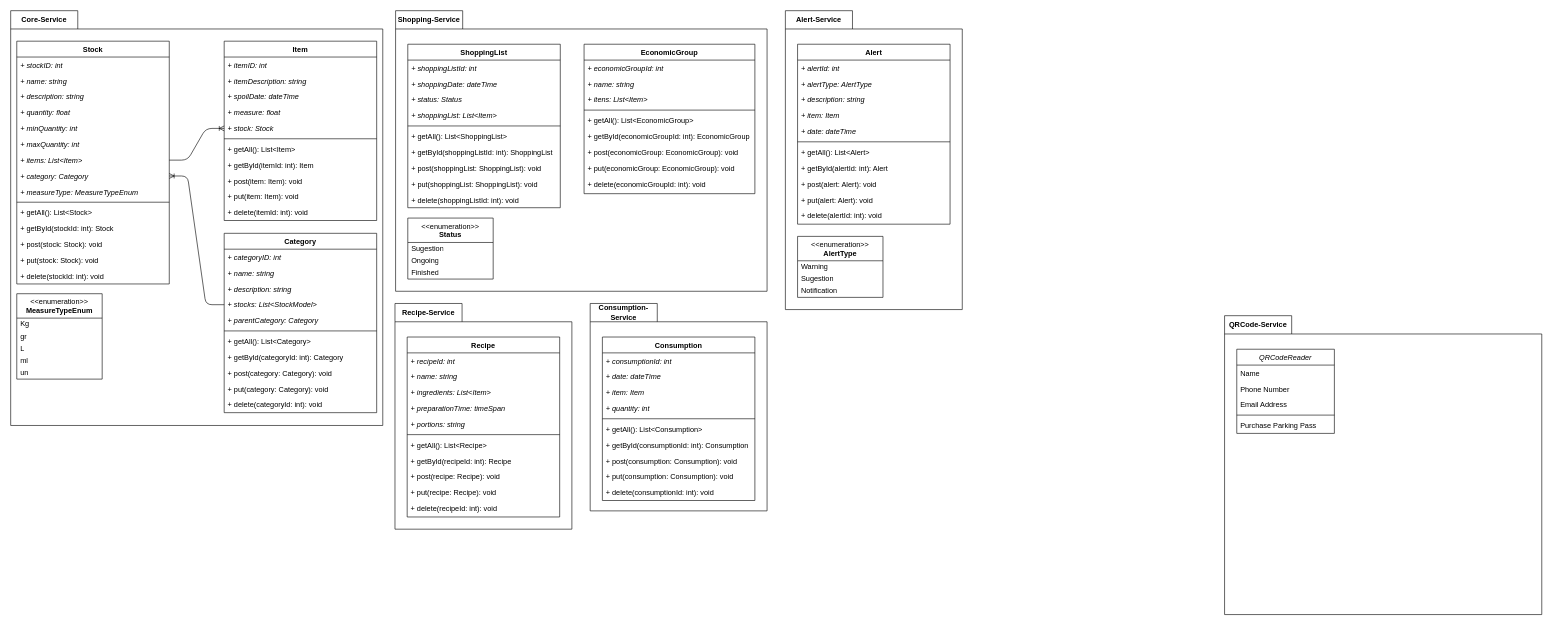
Contii/FoodStock keeps this draw.io diagram as FoodStock - Class Diagram.drawio. Above is the earlier version. Source tidied: cells renumbered, new cells numbered last; positions are measured from the earlier drawing's top-left corner, leaving out a move shared by most shapes. Both pictures are drawn from the tidied source at 61%, with x=0, y=0 at pixel (10, 10).
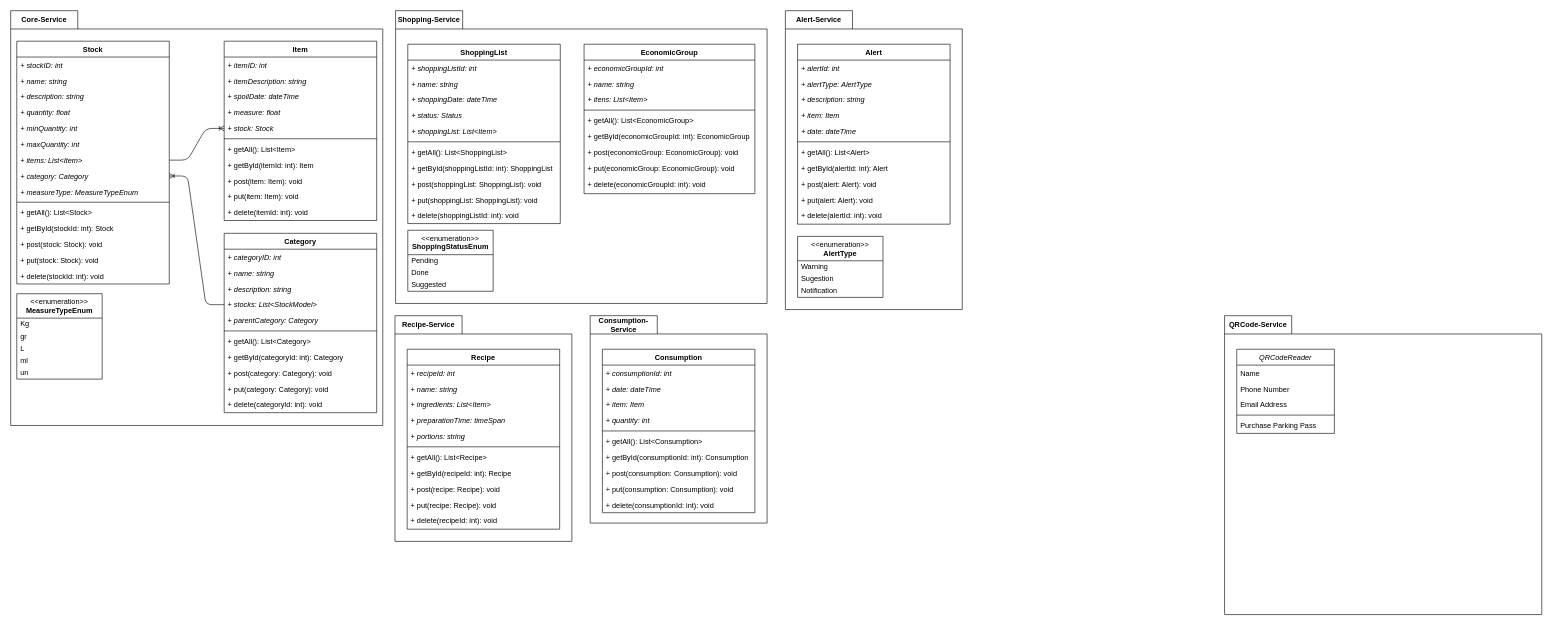
The same page after the edit.

The edit, as a diff of the source:
```diff
@@
     <mxCell id="51" value="Shopping-Service" style="shape=folder;fontStyle=1;tabWidth=110;tabHeight=30;tabPosition=left;html=1;boundedLbl=1;labelInHeader=1;whiteSpace=wrap;" parent="1" vertex="1">
-      <mxGeometry x="631" width="609" height="460" as="geometry" />
+      <mxGeometry x="631" width="609" height="480" as="geometry" />
     </mxCell>
     <mxCell id="52" value="ShoppingList" style="swimlane;fontStyle=1;align=center;verticalAlign=top;horizontal=1;startSize=26;rounded=0;shadow=0;strokeWidth=1;" parent="51" vertex="1">
-      <mxGeometry x="20" y="55" width="250" height="268" as="geometry" />
+      <mxGeometry x="20" y="55" width="250" height="294" as="geometry" />
     </mxCell>
@@
+    <mxCell id="126" value="+ name: string" style="text;strokeColor=none;fillColor=none;align=left;verticalAlign=top;spacingLeft=4;spacingRight=4;overflow=hidden;fontStyle=2;" parent="52" vertex="1">
+      <mxGeometry y="52" width="250" height="26" as="geometry" />
+    </mxCell>
     <mxCell id="54" value="+ shoppingDate: dateTime" style="text;strokeColor=none;fillColor=none;align=left;verticalAlign=top;spacingLeft=4;spacingRight=4;overflow=hidden;fontStyle=2;" parent="52" vertex="1">
-      <mxGeometry y="52" width="250" height="26" as="geometry" />
+      <mxGeometry y="78" width="250" height="26" as="geometry" />
     </mxCell>
     <mxCell id="55" value="+ status: Status" style="text;strokeColor=none;fillColor=none;align=left;verticalAlign=top;spacingLeft=4;spacingRight=4;overflow=hidden;fontStyle=2;" parent="52" vertex="1">
-      <mxGeometry y="78" width="250" height="26" as="geometry" />
+      <mxGeometry y="104" width="250" height="26" as="geometry" />
     </mxCell>
     <mxCell id="56" value="+ shoppingList: List&lt;Item&gt;" style="text;strokeColor=none;fillColor=none;align=left;verticalAlign=top;spacingLeft=4;spacingRight=4;overflow=hidden;fontStyle=2;" parent="52" vertex="1">
-      <mxGeometry y="104" width="250" height="26" as="geometry" />
+      <mxGeometry y="130" width="250" height="26" as="geometry" />
     </mxCell>
     <mxCell id="57" style="line;html=1;strokeWidth=1;align=left;verticalAlign=middle;spacingTop=-1;spacingLeft=3;spacingRight=3;labelPosition=right;" parent="52" vertex="1">
-      <mxGeometry y="130" width="250" height="8" as="geometry" />
+      <mxGeometry y="156" width="250" height="8" as="geometry" />
     </mxCell>
     <mxCell id="58" value="+ getAll(): List&lt;ShoppingList&gt;" style="text;strokeColor=none;fillColor=none;align=left;verticalAlign=top;spacingLeft=4;spacingRight=4;overflow=hidden;" parent="52" vertex="1">
-      <mxGeometry y="138" width="250" height="26" as="geometry" />
+      <mxGeometry y="164" width="250" height="26" as="geometry" />
     </mxCell>
     <mxCell id="59" value="+ getById(shoppingListId: int): ShoppingList" style="text;strokeColor=none;fillColor=none;align=left;verticalAlign=top;spacingLeft=4;spacingRight=4;overflow=hidden;" parent="52" vertex="1">
-      <mxGeometry y="164" width="250" height="26" as="geometry" />
+      <mxGeometry y="190" width="250" height="26" as="geometry" />
     </mxCell>
     <mxCell id="60" value="+ post(shoppingList: ShoppingList): void" style="text;strokeColor=none;fillColor=none;align=left;verticalAlign=top;spacingLeft=4;spacingRight=4;overflow=hidden;" parent="52" vertex="1">
-      <mxGeometry y="190" width="250" height="26" as="geometry" />
+      <mxGeometry y="216" width="250" height="26" as="geometry" />
     </mxCell>
     <mxCell id="61" value="+ put(shoppingList: ShoppingList): void" style="text;strokeColor=none;fillColor=none;align=left;verticalAlign=top;spacingLeft=4;spacingRight=4;overflow=hidden;" parent="52" vertex="1">
-      <mxGeometry y="216" width="250" height="26" as="geometry" />
+      <mxGeometry y="242" width="250" height="26" as="geometry" />
     </mxCell>
     <mxCell id="62" value="+ delete(shoppingListId: int): void" style="text;strokeColor=none;fillColor=none;align=left;verticalAlign=top;spacingLeft=4;spacingRight=4;overflow=hidden;" parent="52" vertex="1">
-      <mxGeometry y="242" width="250" height="26" as="geometry" />
+      <mxGeometry y="268" width="250" height="26" as="geometry" />
     </mxCell>
@@
-    <mxCell id="73" value="&amp;lt;&amp;lt;enumeration&amp;gt;&amp;gt;&lt;br&gt;&lt;b&gt;Status&lt;/b&gt;" style="swimlane;fontStyle=0;align=center;verticalAlign=top;horizontal=1;startSize=40;html=1;whiteSpace=wrap;" parent="51" vertex="1">
-      <mxGeometry x="20" y="340" width="140" height="100" as="geometry" />
+    <mxCell id="73" value="&amp;lt;&amp;lt;enumeration&amp;gt;&amp;gt;&lt;br&gt;&lt;b&gt;ShoppingStatusEnum&lt;/b&gt;" style="swimlane;fontStyle=0;align=center;verticalAlign=top;horizontal=1;startSize=40;html=1;whiteSpace=wrap;" parent="51" vertex="1">
+      <mxGeometry x="20" y="360" width="140" height="100" as="geometry" />
     </mxCell>
-    <mxCell id="74" value="Sugestion" style="text;html=1;strokeColor=none;fillColor=none;align=left;verticalAlign=middle;spacingLeft=4;spacingRight=4;overflow=hidden;whiteSpace=wrap;" parent="73" vertex="1">
+    <mxCell id="74" value="Pending" style="text;html=1;strokeColor=none;fillColor=none;align=left;verticalAlign=middle;spacingLeft=4;spacingRight=4;overflow=hidden;whiteSpace=wrap;" parent="73" vertex="1">
       <mxGeometry y="40" width="140" height="20" as="geometry" />
     </mxCell>
-    <mxCell id="75" value="Ongoing" style="text;html=1;strokeColor=none;fillColor=none;align=left;verticalAlign=middle;spacingLeft=4;spacingRight=4;overflow=hidden;whiteSpace=wrap;" parent="73" vertex="1">
+    <mxCell id="75" value="Done" style="text;html=1;strokeColor=none;fillColor=none;align=left;verticalAlign=middle;spacingLeft=4;spacingRight=4;overflow=hidden;whiteSpace=wrap;" parent="73" vertex="1">
       <mxGeometry y="60" width="140" height="20" as="geometry" />
     </mxCell>
-    <mxCell id="76" value="Finished" style="text;html=1;strokeColor=none;fillColor=none;align=left;verticalAlign=middle;spacingLeft=4;spacingRight=4;overflow=hidden;whiteSpace=wrap;" parent="73" vertex="1">
+    <mxCell id="76" value="Suggested" style="text;html=1;strokeColor=none;fillColor=none;align=left;verticalAlign=middle;spacingLeft=4;spacingRight=4;overflow=hidden;whiteSpace=wrap;" parent="73" vertex="1">
       <mxGeometry y="80" width="140" height="20" as="geometry" />
     </mxCell>
     <mxCell id="77" value="Recipe-Service" style="shape=folder;fontStyle=1;tabWidth=110;tabHeight=30;tabPosition=left;html=1;boundedLbl=1;labelInHeader=1;whiteSpace=wrap;" parent="1" vertex="1">
-      <mxGeometry x="630" y="480" width="290" height="370" as="geometry" />
+      <mxGeometry x="630" y="500" width="290" height="370" as="geometry" />
     </mxCell>
@@
     <mxCell id="90" value="Consumption-Service" style="shape=folder;fontStyle=1;tabWidth=110;tabHeight=30;tabPosition=left;html=1;boundedLbl=1;labelInHeader=1;whiteSpace=wrap;" parent="1" vertex="1">
-      <mxGeometry x="950" y="480" width="290" height="340" as="geometry" />
+      <mxGeometry x="950" y="500" width="290" height="340" as="geometry" />
     </mxCell>
```
